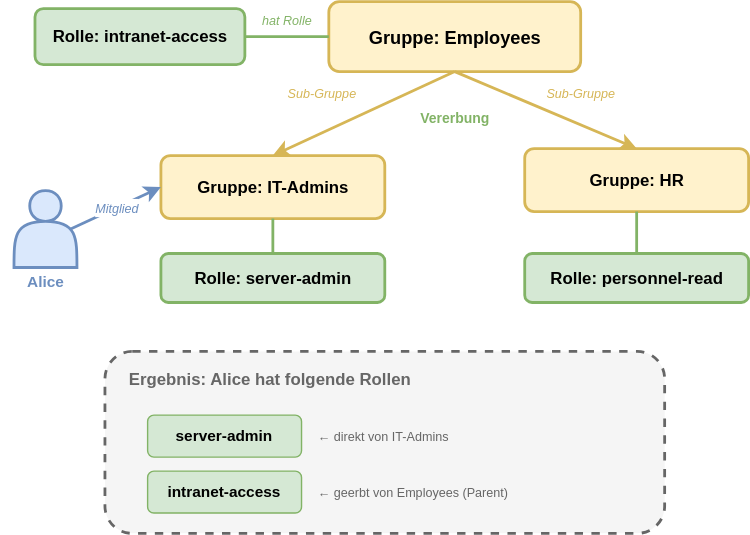
Earlier version of the draw.io export slides/04-clients-benutzerverwaltung/images/groups_inheritance.drawio.svg (it-erben/training-keycloak). Source tidied: cells renumbered, new cells last; positions are measured from the earlier drawing's top-left corner, leaving out a move shared by most shapes. Source of this version:
```xml
<mxGraphModel>
  <root>
    <mxCell id="0" />
    <mxCell id="1" parent="0" />
    <mxCell id="2" value="&lt;b style=&quot;font-size:13px&quot;&gt;Gruppe: Employees&lt;/b&gt;" style="rounded=1;whiteSpace=wrap;html=1;fillColor=#fff2cc;strokeColor=#d6b656;strokeWidth=2;verticalAlign=middle;" parent="1" vertex="1">
      <mxGeometry x="235" width="180" height="50" as="geometry" />
    </mxCell>
    <mxCell id="3" value="&lt;b&gt;Rolle: intranet-access&lt;/b&gt;" style="rounded=1;whiteSpace=wrap;html=1;fillColor=#d5e8d4;strokeColor=#82b366;strokeWidth=2;" parent="1" vertex="1">
      <mxGeometry x="25" y="5" width="150" height="40" as="geometry" />
    </mxCell>
    <mxCell id="4" style="endArrow=none;html=1;strokeWidth=2;strokeColor=#82b366;exitX=0;exitY=0.5;exitDx=0;exitDy=0;entryX=1;entryY=0.5;entryDx=0;entryDy=0;" parent="1" edge="1" source="2" target="3">
      <mxGeometry relative="1" as="geometry" />
    </mxCell>
    <mxCell id="5" value="&lt;font style=&quot;font-size:9px&quot; color=&quot;#82b366&quot;&gt;&lt;i&gt;hat Rolle&lt;/i&gt;&lt;/font&gt;" style="text;html=1;strokeColor=none;fillColor=none;align=center;verticalAlign=middle;whiteSpace=wrap;rounded=0;" parent="1" vertex="1">
      <mxGeometry x="175" y="5" width="60" height="15" as="geometry" />
    </mxCell>
    <mxCell id="6" style="endArrow=classic;html=1;strokeWidth=2;strokeColor=#d6b656;exitX=0.5;exitY=1;exitDx=0;exitDy=0;entryX=0.5;entryY=0;entryDx=0;entryDy=0;" parent="1" edge="1" source="2" target="9">
      <mxGeometry relative="1" as="geometry" />
    </mxCell>
    <mxCell id="7" style="endArrow=classic;html=1;strokeWidth=2;strokeColor=#d6b656;exitX=0.5;exitY=1;exitDx=0;exitDy=0;entryX=0.5;entryY=0;entryDx=0;entryDy=0;" parent="1" edge="1" source="2" target="12">
      <mxGeometry relative="1" as="geometry" />
    </mxCell>
    <mxCell id="8" value="&lt;font style=&quot;font-size: 9px;&quot; color=&quot;#d6b656&quot;&gt;&lt;i&gt;Sub-Gruppe&lt;/i&gt;&lt;/font&gt;" style="text;html=1;strokeColor=none;fillColor=none;align=center;verticalAlign=middle;whiteSpace=wrap;rounded=0;" parent="1" vertex="1">
      <mxGeometry x="195" y="57.5" width="70" height="15" as="geometry" />
    </mxCell>
    <mxCell id="9" value="&lt;b style=&quot;font-size:12px&quot;&gt;Gruppe: IT-Admins&lt;/b&gt;" style="rounded=1;whiteSpace=wrap;html=1;fillColor=#fff2cc;strokeColor=#d6b656;strokeWidth=2;verticalAlign=middle;" parent="1" vertex="1">
      <mxGeometry x="115" y="110" width="160" height="45" as="geometry" />
    </mxCell>
    <mxCell id="10" value="&lt;b&gt;Rolle: server-admin&lt;/b&gt;" style="rounded=1;whiteSpace=wrap;html=1;fillColor=#d5e8d4;strokeColor=#82b366;strokeWidth=2;" parent="1" vertex="1">
      <mxGeometry x="115" y="180" width="160" height="35" as="geometry" />
    </mxCell>
    <mxCell id="11" style="endArrow=none;html=1;strokeWidth=2;strokeColor=#82b366;entryX=0.5;entryY=0;entryDx=0;entryDy=0;exitX=0.5;exitY=1;exitDx=0;exitDy=0;" parent="1" edge="1" source="9" target="10">
      <mxGeometry relative="1" as="geometry" />
    </mxCell>
    <mxCell id="12" value="&lt;b style=&quot;font-size:12px&quot;&gt;Gruppe: HR&lt;/b&gt;" style="rounded=1;whiteSpace=wrap;html=1;fillColor=#fff2cc;strokeColor=#d6b656;strokeWidth=2;verticalAlign=middle;" parent="1" vertex="1">
      <mxGeometry x="375" y="105" width="160" height="45" as="geometry" />
    </mxCell>
    <mxCell id="13" value="&lt;b&gt;Rolle: personnel-read&lt;/b&gt;" style="rounded=1;whiteSpace=wrap;html=1;fillColor=#d5e8d4;strokeColor=#82b366;strokeWidth=2;" parent="1" vertex="1">
      <mxGeometry x="375" y="180" width="160" height="35" as="geometry" />
    </mxCell>
    <mxCell id="14" style="endArrow=none;html=1;strokeWidth=2;strokeColor=#82b366;exitX=0.5;exitY=1;exitDx=0;exitDy=0;entryX=0.5;entryY=0;entryDx=0;entryDy=0;" parent="1" edge="1" source="12" target="13">
      <mxGeometry relative="1" as="geometry" />
    </mxCell>
    <mxCell id="15" style="shape=actor;whiteSpace=wrap;html=1;fillColor=#dae8fc;strokeColor=#6c8ebf;strokeWidth=2;" parent="1" vertex="1">
      <mxGeometry x="10" y="135" width="45" height="55" as="geometry" />
    </mxCell>
    <mxCell id="16" value="&lt;b&gt;Alice&lt;/b&gt;" style="text;html=1;strokeColor=none;fillColor=none;align=center;verticalAlign=middle;whiteSpace=wrap;rounded=0;fontSize=11;fontColor=#6c8ebf;" parent="1" vertex="1">
      <mxGeometry y="190" width="65" height="20" as="geometry" />
    </mxCell>
    <mxCell id="17" value="&lt;font style=&quot;font-size:9px&quot; color=&quot;#6c8ebf&quot;&gt;&lt;i&gt;Mitglied&lt;/i&gt;&lt;/font&gt;" style="endArrow=classic;html=1;strokeWidth=2;strokeColor=#6c8ebf;entryX=0;entryY=0.5;entryDx=0;entryDy=0;exitX=0.9;exitY=0.5;exitDx=0;exitDy=0;exitPerimeter=0;" parent="1" edge="1" source="15" target="9">
      <mxGeometry relative="1" as="geometry" />
    </mxCell>
    <mxCell id="18" style="rounded=1;whiteSpace=wrap;html=1;fillColor=#f5f5f5;strokeColor=#666666;strokeWidth=2;dashed=1;" parent="1" vertex="1">
      <mxGeometry x="75" y="250" width="400" height="130" as="geometry" />
    </mxCell>
    <mxCell id="19" value="&lt;b style=&quot;font-size:12px&quot;&gt;Ergebnis: Alice hat folgende Rollen&lt;/b&gt;" style="text;html=1;strokeColor=none;fillColor=none;align=left;verticalAlign=middle;whiteSpace=wrap;rounded=0;fontColor=#666666;" parent="1" vertex="1">
      <mxGeometry x="90" y="260" width="250" height="20" as="geometry" />
    </mxCell>
    <mxCell id="20" value="&lt;b&gt;server-admin&lt;/b&gt;" style="rounded=1;whiteSpace=wrap;html=1;fillColor=#d5e8d4;strokeColor=#82b366;strokeWidth=1;fontSize=11;" parent="1" vertex="1">
      <mxGeometry x="105" y="295" width="110" height="30" as="geometry" />
    </mxCell>
    <mxCell id="21" value="&lt;font style=&quot;font-size:9px&quot;&gt;← direkt von IT-Admins&lt;/font&gt;" style="text;html=1;strokeColor=none;fillColor=none;align=left;verticalAlign=middle;whiteSpace=wrap;rounded=0;fontColor=#666666;" parent="1" vertex="1">
      <mxGeometry x="225" y="295" width="140" height="30" as="geometry" />
    </mxCell>
    <mxCell id="22" value="&lt;b&gt;intranet-access&lt;/b&gt;" style="rounded=1;whiteSpace=wrap;html=1;fillColor=#d5e8d4;strokeColor=#82b366;strokeWidth=1;fontSize=11;" parent="1" vertex="1">
      <mxGeometry x="105" y="335" width="110" height="30" as="geometry" />
    </mxCell>
    <mxCell id="23" value="&lt;font style=&quot;font-size:9px&quot;&gt;← geerbt von Employees (Parent)&lt;/font&gt;" style="text;html=1;strokeColor=none;fillColor=none;align=left;verticalAlign=middle;whiteSpace=wrap;rounded=0;fontColor=#666666;" parent="1" vertex="1">
      <mxGeometry x="225" y="335" width="200" height="30" as="geometry" />
    </mxCell>
    <mxCell id="24" value="&lt;font style=&quot;font-size:10px&quot; color=&quot;#82b366&quot;&gt;&lt;b&gt;Vererbung&lt;/b&gt;&lt;/font&gt;" style="text;html=1;strokeColor=none;fillColor=none;align=center;verticalAlign=middle;whiteSpace=wrap;rounded=0;" parent="1" vertex="1">
      <mxGeometry x="290" y="72.5" width="70" height="20" as="geometry" />
    </mxCell>
    <mxCell id="25" value="&lt;font style=&quot;font-size: 9px;&quot; color=&quot;#d6b656&quot;&gt;&lt;i&gt;Sub-Gruppe&lt;/i&gt;&lt;/font&gt;" style="text;html=1;strokeColor=none;fillColor=none;align=center;verticalAlign=middle;whiteSpace=wrap;rounded=0;" parent="1" vertex="1">
      <mxGeometry x="380" y="57.5" width="70" height="15" as="geometry" />
    </mxCell>
  </root>
</mxGraphModel>
```
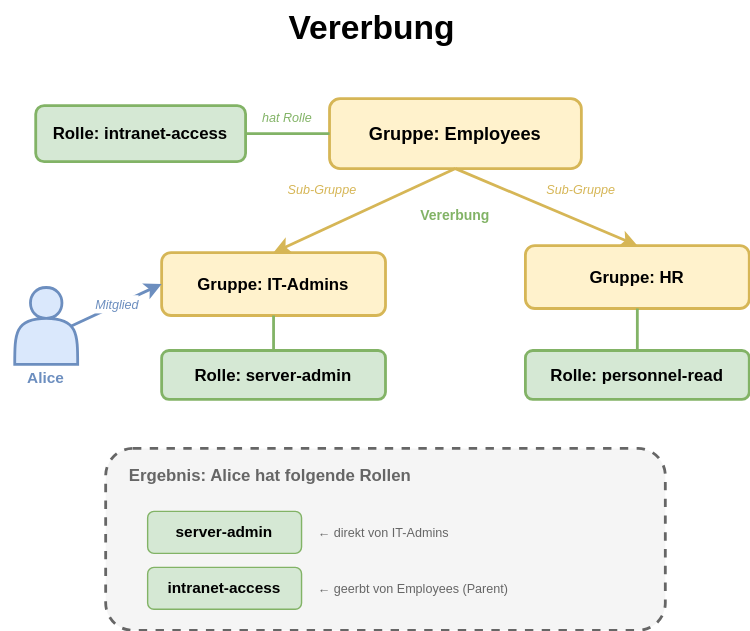
The same file after the commit.

The edit, as a diff of the source:
```diff
@@ -74,5 +74,8 @@
     <mxCell id="25" value="&lt;font style=&quot;font-size: 9px;&quot; color=&quot;#d6b656&quot;&gt;&lt;i&gt;Sub-Gruppe&lt;/i&gt;&lt;/font&gt;" style="text;html=1;strokeColor=none;fillColor=none;align=center;verticalAlign=middle;whiteSpace=wrap;rounded=0;" parent="1" vertex="1">
       <mxGeometry x="380" y="57.5" width="70" height="15" as="geometry" />
     </mxCell>
+    <mxCell id="26" value="Vererbung" style="text;strokeColor=none;fillColor=none;html=1;fontSize=24;fontStyle=1;verticalAlign=middle;align=center;" parent="1" vertex="1">
+      <mxGeometry x="215" y="-70" width="100" height="40" as="geometry" />
+    </mxCell>
   </root>
 </mxGraphModel>
```
